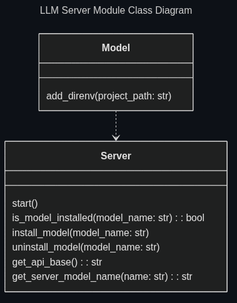
Above: docs/assets/mermaid/llm_server.png in Oldranda1414/AutoDev (Mermaid), before the change. Its source is kept beside it as docs/assets/src/llm_server.mmd. The source it was exported from:
```mermaid
---
title: LLM Server Module Class Diagram
---
classDiagram

    class Server {
        start()
        is_model_installed(model_name: str): bool
        install_model(model_name: str)
        uninstall_model(model_name: str)
        get_api_base(): str
        get_server_model_name(name: str): str
    }

    class Model {
        add_direnv(project_path: str)
    }

    Model ..> Server
```
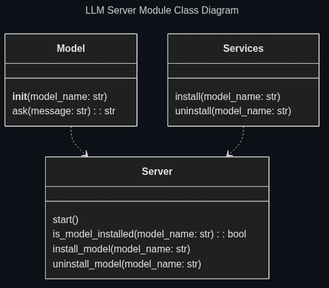
Later version of the same file.

Commit message:
docs: refine llm server description

The edit, as a diff of the source:
```diff
@@ -8,12 +8,17 @@
         is_model_installed(model_name: str): bool
         install_model(model_name: str)
         uninstall_model(model_name: str)
-        get_api_base(): str
-        get_server_model_name(name: str): str
     }
 
     class Model {
-        add_direnv(project_path: str)
+        __init__(model_name: str)
+        ask(message: str): str
+    }
+
+    class Services {
+        install(model_name: str)
+        uninstall(model_name: str)
     }
 
     Model ..> Server
+    Services ..> Server
```
